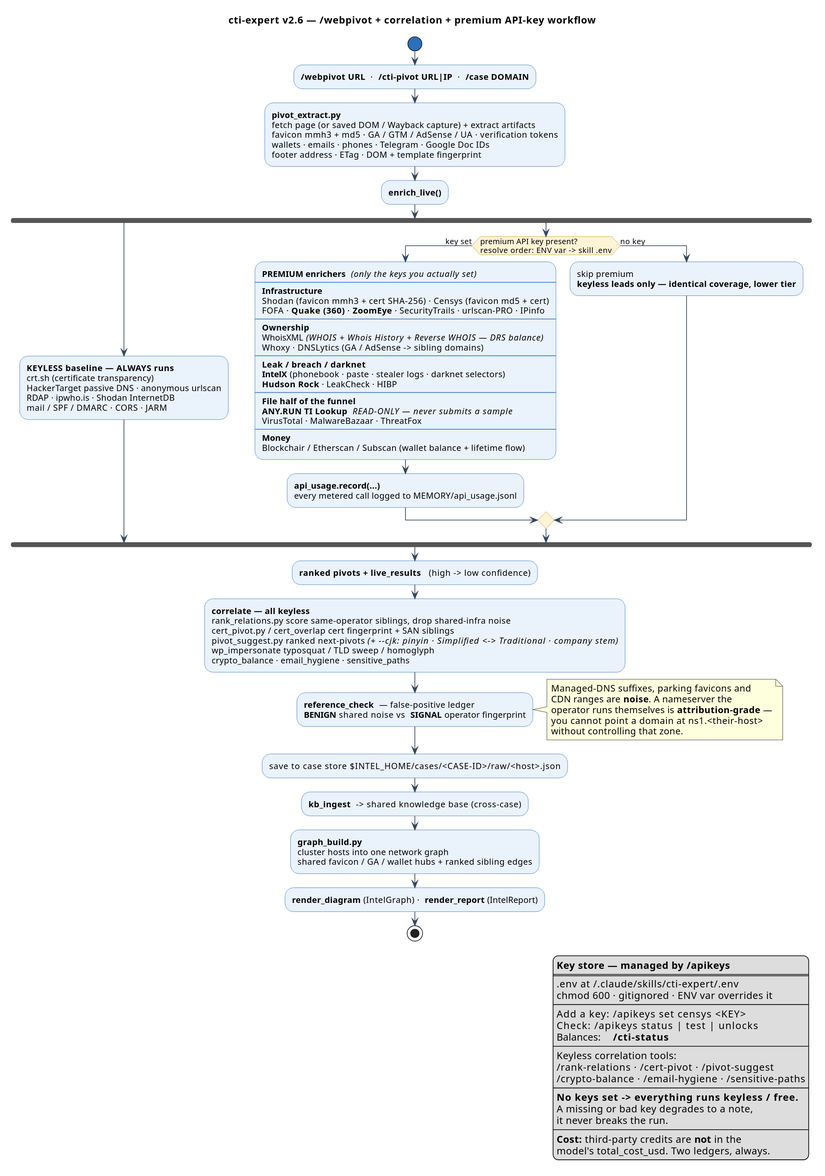
This is assets/workflow-apikeys.svg from 7onez/cti-expert, a PlantUML export, as it was before one commit.
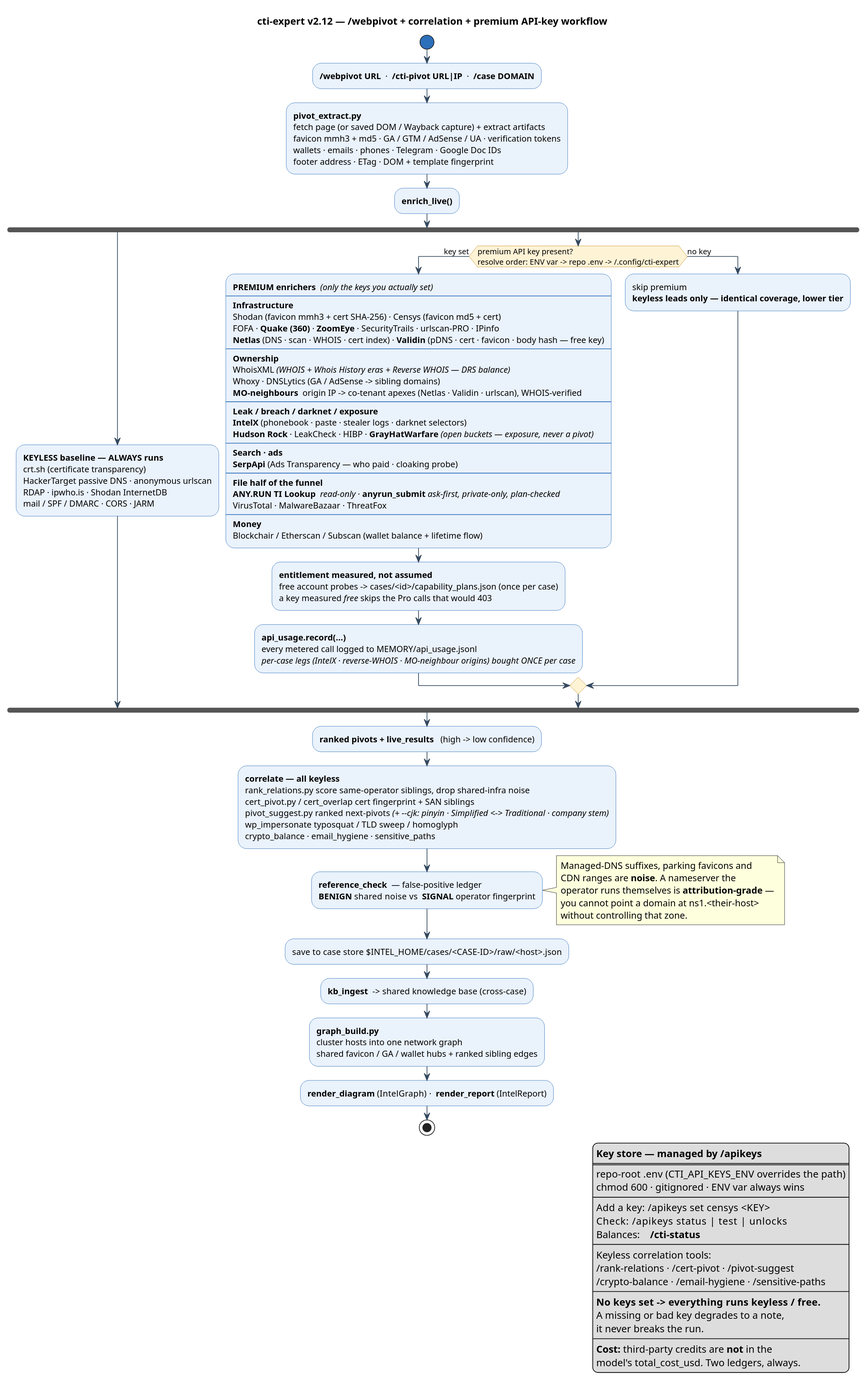
The same file after the commit.

Change to the diagram source:
```diff
@@ -1,5 +1,5 @@
 @startuml
-title cti-expert v2.6 — /webpivot + correlation + premium API-key workflow
+title cti-expert v2.12 — /webpivot + correlation + premium API-key workflow
 skinparam shadowing false
 skinparam dpi 150
 skinparam defaultFontName "Segoe UI"
@@ -21,28 +21,34 @@
 fork
   :**KEYLESS baseline — ALWAYS runs**\ncrt.sh (certificate transparency)\nHackerTarget passive DNS · anonymous urlscan\nRDAP · ipwho.is · Shodan InternetDB\nmail / SPF / DMARC · CORS · JARM;
 fork again
-  if (premium API key present?\nresolve order: ENV var -> skill .env) then (key set)
+  if (premium API key present?\nresolve order: ENV var -> repo .env -> ~/.config/cti-expert) then (key set)
     :**PREMIUM enrichers**  //(only the keys you actually set)//
     ----
     **Infrastructure**
     Shodan (favicon mmh3 + cert SHA-256) · Censys (favicon md5 + cert)
     FOFA · **Quake (360)** · **ZoomEye** · SecurityTrails · urlscan-PRO · IPinfo
+    **Netlas** (DNS · scan · WHOIS · cert index) · **Validin** (pDNS · cert · favicon · body hash — free key)
     ----
     **Ownership**
-    WhoisXML //(WHOIS + Whois History + Reverse WHOIS — DRS balance)//
+    WhoisXML //(WHOIS + Whois History eras + Reverse WHOIS — DRS balance)//
     Whoxy · DNSLytics (GA / AdSense -> sibling domains)
+    **MO-neighbours**  origin IP -> co-tenant apexes (Netlas · Validin · urlscan), WHOIS-verified
     ----
-    **Leak / breach / darknet**
+    **Leak / breach / darknet / exposure**
     **IntelX** (phonebook · paste · stealer logs · darknet selectors)
-    **Hudson Rock** · LeakCheck · HIBP
+    **Hudson Rock** · LeakCheck · HIBP · **GrayHatWarfare** //(open buckets — exposure, never a pivot)//
+    ----
+    **Search · ads**
+    **SerpApi** (Ads Transparency — who paid · cloaking probe)
     ----
     **File half of the funnel**
-    **ANY.RUN TI Lookup**  //READ-ONLY — never submits a sample//
+    **ANY.RUN TI Lookup**  //read-only// · **anyrun_submit** //ask-first, private-only, plan-checked//
     VirusTotal · MalwareBazaar · ThreatFox
     ----
     **Money**
     Blockchair / Etherscan / Subscan (wallet balance + lifetime flow);
-    :**api_usage.record(...)**\nevery metered call logged to MEMORY/api_usage.jsonl;
+    :**entitlement measured, not assumed**\nfree account probes -> cases/<id>/capability_plans.json (once per case)\na key measured //free// skips the Pro calls that would 403;
+    :**api_usage.record(...)**\nevery metered call logged to MEMORY/api_usage.jsonl\n//per-case legs (IntelX · reverse-WHOIS · MO-neighbour origins) bought ONCE per case//;
   else (no key)
     :skip premium\n**keyless leads only — identical coverage, lower tier**;
   endif
@@ -75,8 +81,8 @@
 legend right
   **Key store — managed by /apikeys**
   ====
-  .env at ~/.claude/skills/cti-expert/.env
-  chmod 600 · gitignored · ENV var overrides it
+  repo-root .env  (CTI_API_KEYS_ENV overrides the path)
+  chmod 600 · gitignored · ENV var always wins
   ----
   Add a key:   /apikeys set censys <KEY>
   Check:       /apikeys status | test | unlocks
```
